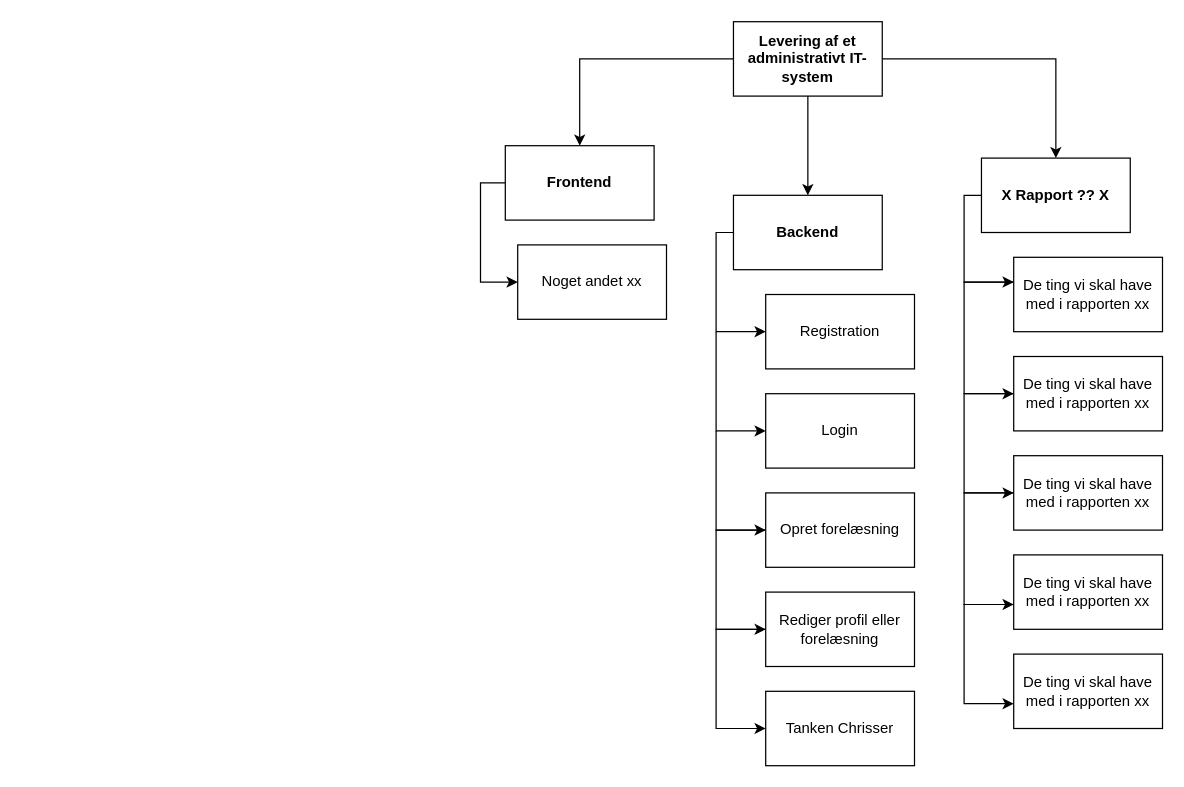
Before: PBS ITP Diagram.drawio in ChrisMJAndre/GruppeProjekt-2, a draw.io diagram. Source tidied: cells renumbered, new cells numbered last; positions are measured from the earlier drawing's top-left corner, leaving out a move shared by most shapes. Both pictures are drawn from the tidied source at 124%, with x=0, y=0 at pixel (480, 21).
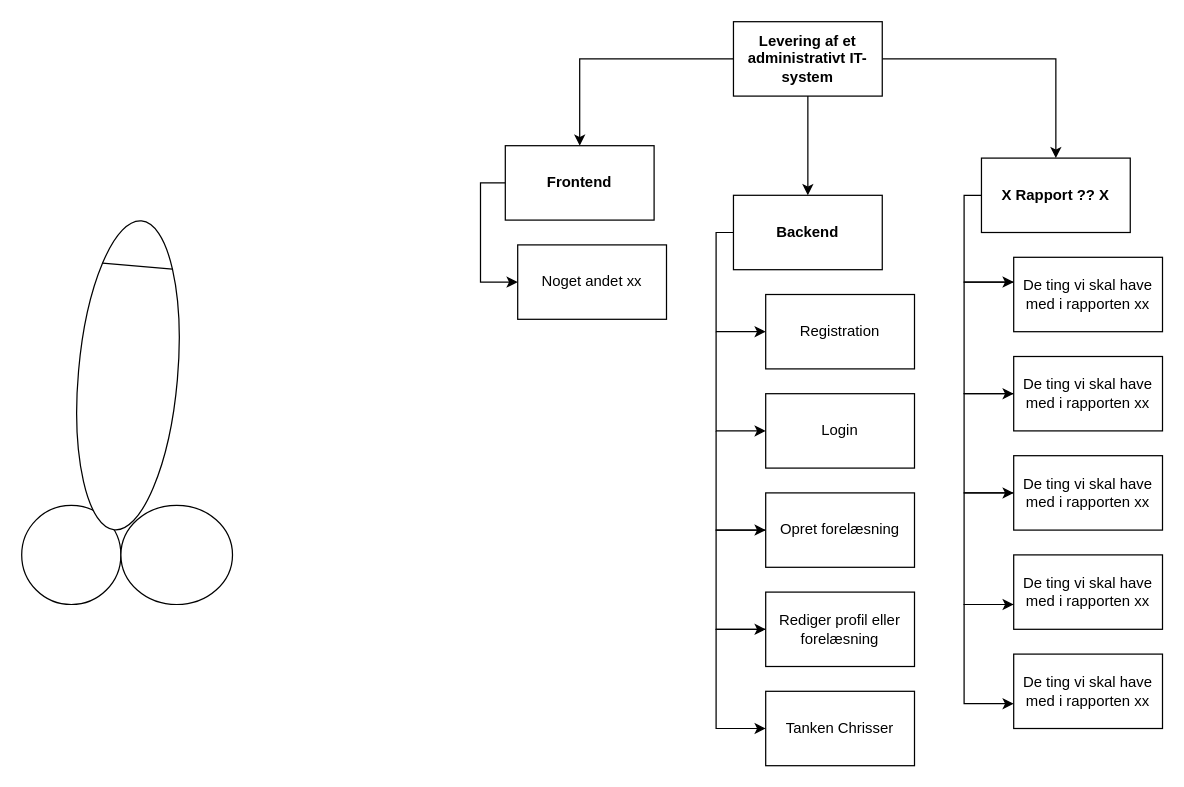
After the change.

Change to the diagram source:
```diff
@@
+    <mxCell id="31" style="ellipse;whiteSpace=wrap;html=1;" parent="1" vertex="1">
+      <mxGeometry x="-370" y="390" width="80" height="80" as="geometry" />
+    </mxCell>
+    <mxCell id="32" style="ellipse;whiteSpace=wrap;html=1;" parent="1" vertex="1">
+      <mxGeometry x="-290" y="390" width="90" height="80" as="geometry" />
+    </mxCell>
+    <mxCell id="33" style="ellipse;whiteSpace=wrap;html=1;rotation=95;" parent="1" vertex="1">
+      <mxGeometry x="-409.3" y="245.2" width="250" height="80" as="geometry" />
+    </mxCell>
+    <mxCell id="34" style="endArrow=none;html=1;exitX=0;exitY=1;exitDx=0;exitDy=0;entryX=0;entryY=0;entryDx=0;entryDy=0;" parent="1" edge="1" source="33" target="33">
+      <mxGeometry relative="1" as="geometry" />
+    </mxCell>
```
